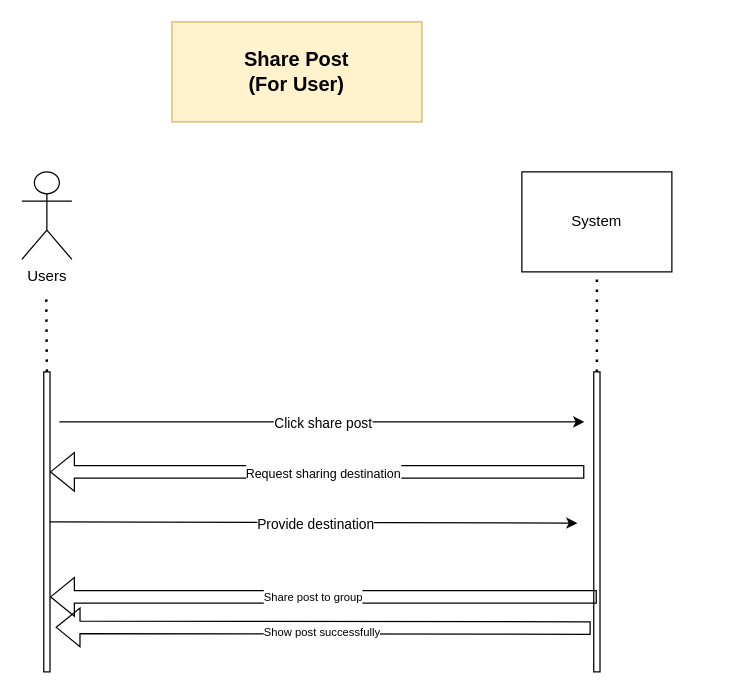
Before: page "Share Post (For Users)" (8 of 17) of StudtMate.drawio in ParkinnAuto/StudyMate, a draw.io diagram. Source tidied: cells renumbered, new cells numbered last; positions are measured from the earlier drawing's top-left corner, leaving out a move shared by most shapes. Both pictures are drawn from the tidied source at 125%, with x=0, y=0 at pixel (21, 21).
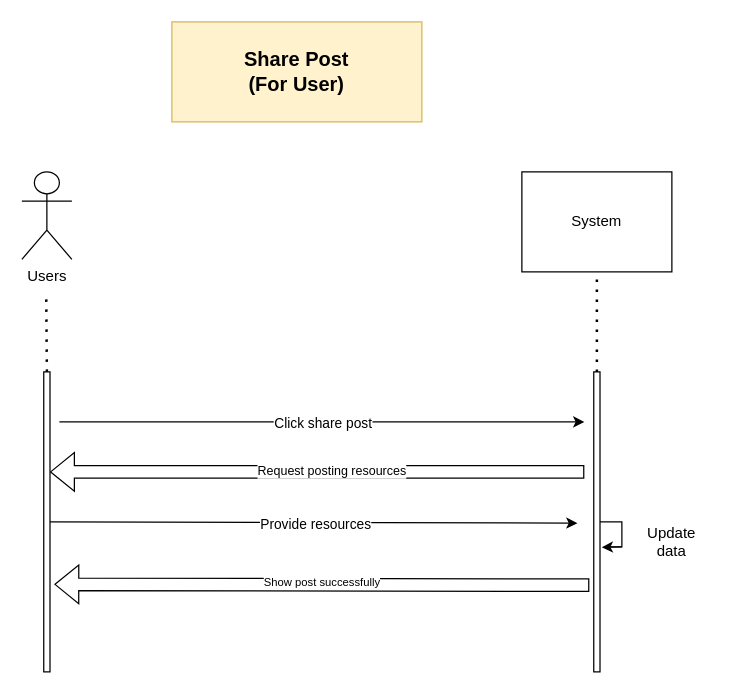
The same diagram, later.

The change refers to these unchanged cells:
```xml
<mxCell id="9" style="rounded=0;whiteSpace=wrap;html=1;" parent="1" vertex="1">
  <mxGeometry x="17.5" y="280" width="5" height="240" as="geometry" />
</mxCell>
<mxCell id="10" style="rounded=0;whiteSpace=wrap;html=1;" parent="1" vertex="1">
  <mxGeometry x="457.5" y="280" width="5" height="240" as="geometry" />
</mxCell>
```

Change to the diagram source:
```diff
@@
-    <mxCell id="12" value="&lt;font size=&quot;1&quot;&gt;Request sharing destination&lt;/font&gt;" style="edgeLabel;html=1;align=center;verticalAlign=middle;" parent="1" vertex="1">
-      <mxGeometry x="240" y="360" as="geometry" />
+    <mxCell id="12" value="&lt;font size=&quot;1&quot;&gt;Request posting resources&lt;/font&gt;" style="edgeLabel;html=1;align=center;verticalAlign=middle;" parent="1" vertex="1">
+      <mxGeometry x="240" y="360" as="geometry">
+        <mxPoint x="7" y="-2" as="offset" />
+      </mxGeometry>
     </mxCell>
@@
-    <mxCell id="14" value="Provide destination" style="edgeLabel;html=1;align=center;verticalAlign=middle;" parent="1" vertex="1">
+    <mxCell id="14" value="Provide resources" style="edgeLabel;html=1;align=center;verticalAlign=middle;" parent="1" vertex="1">
       <mxGeometry x="234.5" y="401" as="geometry" />
     </mxCell>
-    <mxCell id="15" style="shape=flexArrow;endArrow=classic;html=1;rounded=0;entryX=1;entryY=0.75;entryDx=0;entryDy=0;" parent="1" edge="1" target="9">
-      <mxGeometry relative="1" as="geometry">
-        <mxPoint x="460" y="460" as="sourcePoint" />
-      </mxGeometry>
-    </mxCell>
-    <mxCell id="16" value="&lt;font style=&quot;font-size: 9px;&quot;&gt;Share post to group&lt;/font&gt;" style="edgeLabel;html=1;align=center;verticalAlign=middle;" parent="1" vertex="1">
-      <mxGeometry x="234.5" y="460" as="geometry">
-        <mxPoint x="-2" y="-1" as="offset" />
-      </mxGeometry>
-    </mxCell>
-    <mxCell id="17" style="shape=flexArrow;endArrow=classic;html=1;rounded=0;exitX=-0.483;exitY=0.854;exitDx=0;exitDy=0;exitPerimeter=0;" parent="1" edge="1" source="10">
+    <mxCell id="17" style="shape=flexArrow;endArrow=classic;html=1;rounded=0;exitX=-0.483;exitY=0.854;exitDx=0;exitDy=0;exitPerimeter=0;" parent="1" edge="1">
       <mxGeometry relative="1" as="geometry">
-        <mxPoint x="27" y="484.4" as="targetPoint" />
+        <mxPoint x="454" y="450.6" as="sourcePoint" />
+        <mxPoint x="26" y="450" as="targetPoint" />
       </mxGeometry>
     </mxCell>
     <mxCell id="18" value="&lt;font style=&quot;font-size: 9px;&quot;&gt;Show post successfully&lt;/font&gt;" style="edgeLabel;html=1;align=center;verticalAlign=middle;" parent="1" vertex="1">
-      <mxGeometry x="240" y="490" as="geometry">
+      <mxGeometry x="240" y="450" as="geometry">
         <mxPoint x="-1" y="-3" as="offset" />
       </mxGeometry>
     </mxCell>
+    <mxCell id="19" style="endArrow=none;html=1;rounded=0;exitX=1;exitY=0.5;exitDx=0;exitDy=0;" parent="1" edge="1" source="10">
+      <mxGeometry relative="1" as="geometry">
+        <mxPoint x="470" y="420" as="targetPoint" />
+        <Array as="points">
+          <mxPoint x="480" y="400" />
+          <mxPoint x="480" y="420" />
+        </Array>
+      </mxGeometry>
+    </mxCell>
+    <mxCell id="20" style="endArrow=classic;html=1;rounded=0;entryX=1.277;entryY=0.585;entryDx=0;entryDy=0;entryPerimeter=0;" parent="1" edge="1" target="10">
+      <mxGeometry relative="1" as="geometry">
+        <mxPoint x="480" y="420" as="sourcePoint" />
+      </mxGeometry>
+    </mxCell>
+    <mxCell id="21" value="Update data" style="text;html=1;align=center;verticalAlign=middle;whiteSpace=wrap;rounded=0;" parent="1" vertex="1">
+      <mxGeometry x="490" y="401" width="60" height="30" as="geometry" />
+    </mxCell>
```
